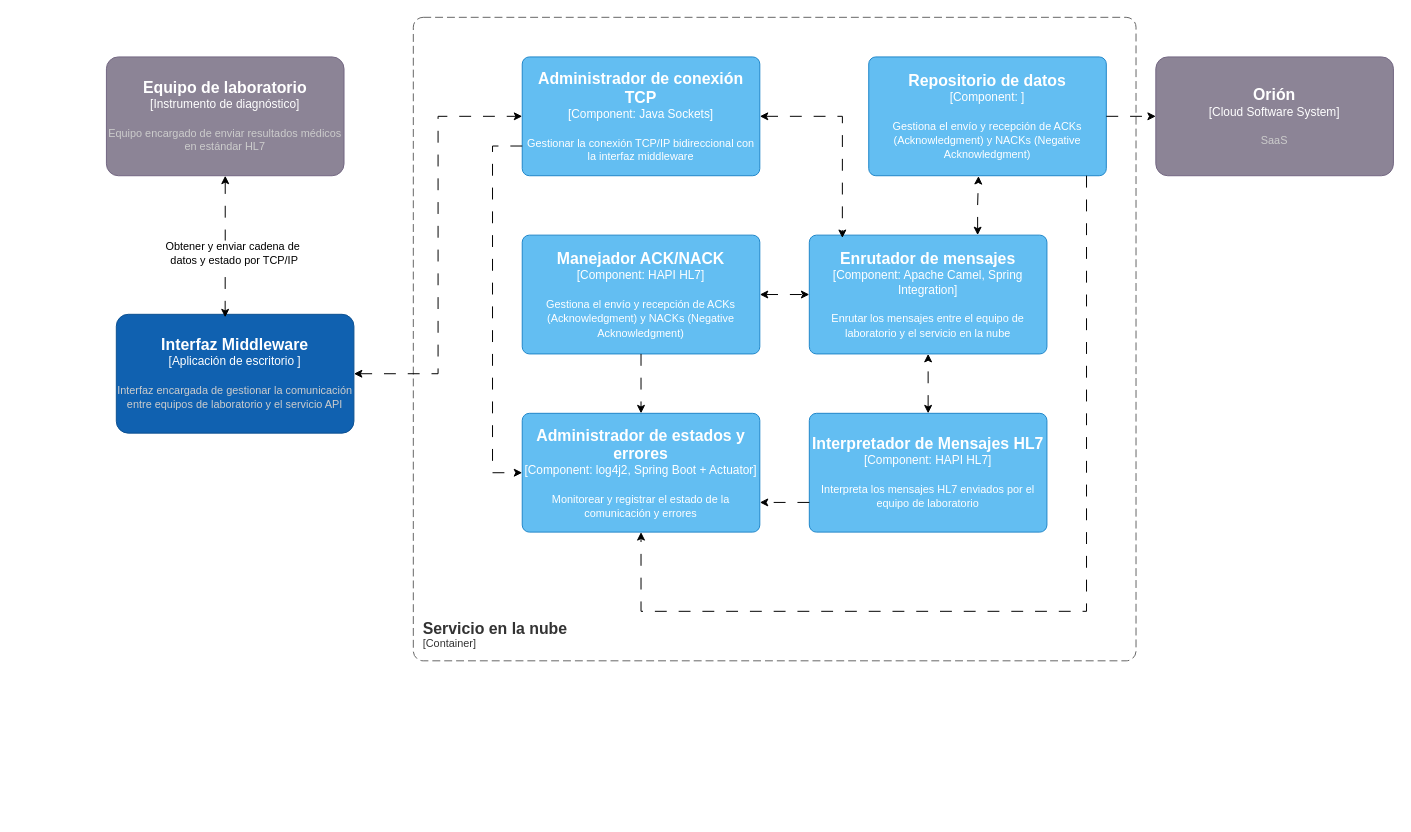
Earlier version of the draw.io diagram page "Componente-PROCESADOR" (4 of 4) of Diagramas/TIC.drawio (GiulianAlbuja/TIC). Source tidied: cells renumbered, new cells numbered last; positions are measured from the earlier drawing's top-left corner, leaving out a move shared by most shapes. Both pictures are drawn from the tidied source at 99%, with x=0, y=0 at pixel (106, 17).
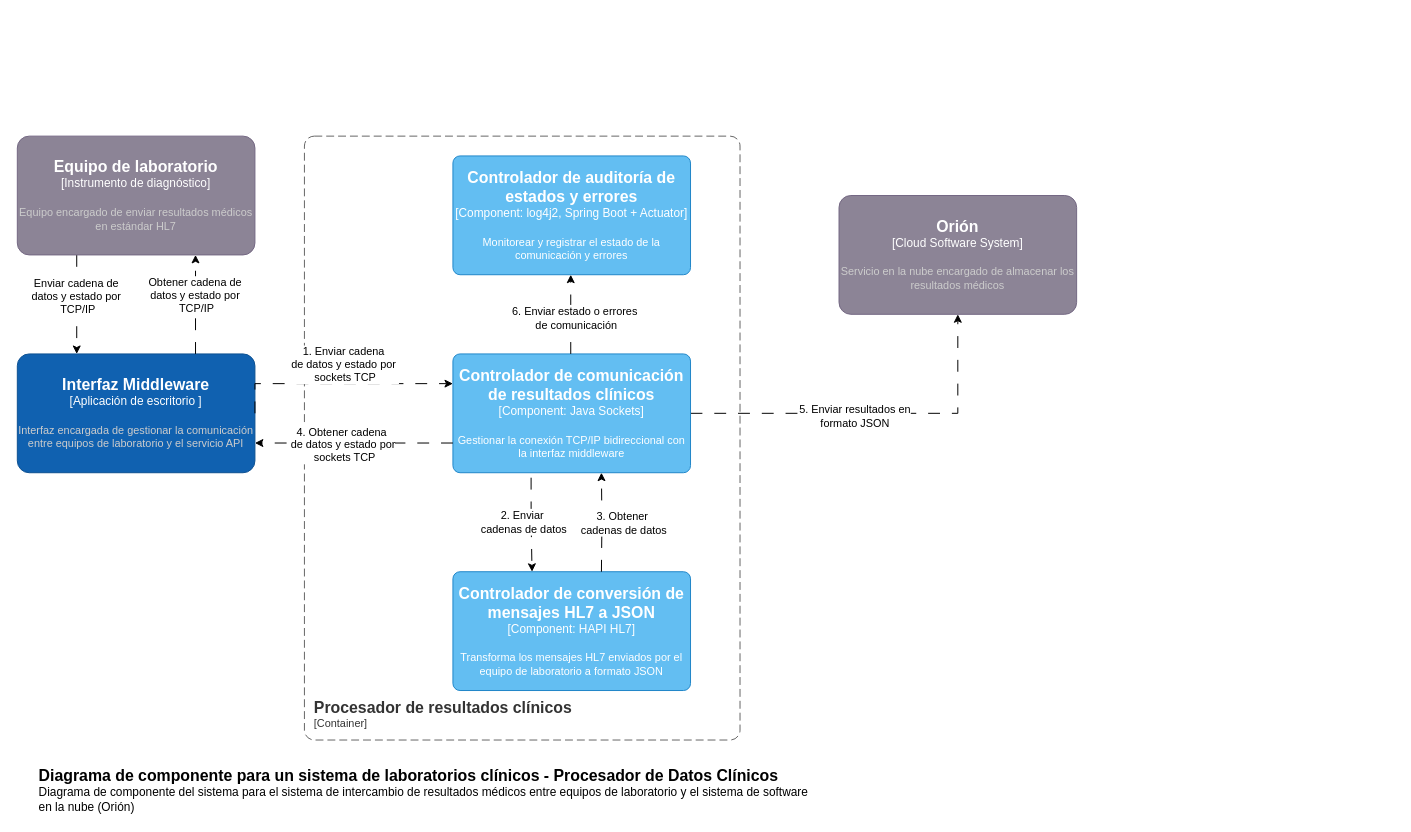
After the change.

Commit message (it also covers changes not shown here):
Se actualizo diagramas a una version final para discutir con el cliente

Change to the diagram source:
```diff
@@
     <object id="2" label="&lt;font style=&quot;font-size: 16px&quot;&gt;&lt;b&gt;%c4Name%&lt;/b&gt;&lt;/font&gt;&lt;div&gt;[%c4Type%]&lt;/div&gt;&lt;br&gt;&lt;div&gt;&lt;font style=&quot;font-size: 11px&quot;&gt;&lt;font color=&quot;#cccccc&quot;&gt;%c4Description%&lt;/font&gt;&lt;/div&gt;" c4Description="Interfaz encargada de gestionar la comunicación entre equipos de laboratorio y el servicio API" c4Name="Interfaz Middleware" c4Type="Aplicación de escritorio " placeholders="1">
       <mxCell style="rounded=1;whiteSpace=wrap;html=1;labelBackgroundColor=none;fillColor=#1061B0;fontColor=#ffffff;align=center;arcSize=10;strokeColor=#0D5091;points=[[0.25,0,0],[0.5,0,0],[0.75,0,0],[1,0.25,0],[1,0.5,0],[1,0.75,0],[0.75,1,0],[0.5,1,0],[0.25,1,0],[0,0.75,0],[0,0.5,0],[0,0.25,0]];" parent="1" vertex="1">
-        <mxGeometry x="10" y="300" width="240" height="120" as="geometry" />
+        <mxGeometry x="-90" y="340" width="240" height="120" as="geometry" />
       </mxCell>
     </object>
-    <mxCell id="3" style="edgeStyle=orthogonalEdgeStyle;rounded=0;jettySize=auto;html=1;entryX=0.458;entryY=0.025;entryDx=0;entryDy=0;entryPerimeter=0;startArrow=classic;startFill=1;dashed=1;dashPattern=12 12;" parent="1" edge="1" source="5" target="2">
+    <mxCell id="3" style="edgeStyle=orthogonalEdgeStyle;rounded=0;jettySize=auto;html=1;entryX=0.25;entryY=0;entryDx=0;entryDy=0;entryPerimeter=0;startArrow=none;startFill=0;dashed=1;dashPattern=12 12;exitX=0.25;exitY=1;exitDx=0;exitDy=0;exitPerimeter=0;" parent="1" edge="1" source="5" target="2">
       <mxGeometry relative="1" as="geometry" />
     </mxCell>
-    <mxCell id="4" value="Obtener y enviar cadena de&amp;nbsp;&lt;div&gt;datos y estado por TCP/IP&lt;/div&gt;" style="edgeLabel;html=1;align=center;verticalAlign=middle;" parent="3" vertex="1">
+    <mxCell id="4" value="Enviar cadena de&amp;nbsp;&lt;div&gt;datos y estado por&amp;nbsp;&lt;/div&gt;&lt;div&gt;TCP/IP&lt;/div&gt;" style="edgeLabel;html=1;align=center;verticalAlign=middle;" parent="3" vertex="1">
       <mxGeometry x="-0.25" y="-1" relative="1" as="geometry">
-        <mxPoint x="9" y="24" as="offset" />
+        <mxPoint x="1" y="3" as="offset" />
       </mxGeometry>
     </mxCell>
     <object id="5" label="&lt;font style=&quot;font-size: 16px&quot;&gt;&lt;b&gt;%c4Name%&lt;/b&gt;&lt;/font&gt;&lt;div&gt;[%c4Type%]&lt;/div&gt;&lt;br&gt;&lt;div&gt;&lt;font style=&quot;font-size: 11px&quot;&gt;&lt;font color=&quot;#cccccc&quot;&gt;%c4Description%&lt;/font&gt;&lt;/div&gt;" c4Description="Equipo encargado de enviar resultados médicos en estándar HL7" c4Name="Equipo de laboratorio" c4Type="Instrumento de diagnóstico" placeholders="1">
       <mxCell style="rounded=1;whiteSpace=wrap;html=1;labelBackgroundColor=none;fillColor=#8C8496;fontColor=#ffffff;align=center;arcSize=10;strokeColor=#736782;points=[[0.25,0,0],[0.5,0,0],[0.75,0,0],[1,0.25,0],[1,0.5,0],[1,0.75,0],[0.75,1,0],[0.5,1,0],[0.25,1,0],[0,0.75,0],[0,0.5,0],[0,0.25,0]];" parent="1" vertex="1">
-        <mxGeometry y="40" width="240" height="120" as="geometry" />
+        <mxGeometry x="-90" y="120" width="240" height="120" as="geometry" />
       </mxCell>
     </object>
-    <object id="6" label="&lt;font style=&quot;font-size: 16px&quot;&gt;&lt;b&gt;%c4Name%&lt;/b&gt;&lt;/font&gt;&lt;div&gt;[%c4Type%]&lt;/div&gt;&lt;br&gt;&lt;div&gt;&lt;font style=&quot;font-size: 11px&quot;&gt;&lt;font color=&quot;#cccccc&quot;&gt;%c4Description%&lt;/font&gt;&lt;/div&gt;" c4Description="SaaS" c4Name="Orión" c4Type="Cloud Software System" placeholders="1">
+    <object id="6" label="&lt;font style=&quot;font-size: 16px&quot;&gt;&lt;b&gt;%c4Name%&lt;/b&gt;&lt;/font&gt;&lt;div&gt;[%c4Type%]&lt;/div&gt;&lt;br&gt;&lt;div&gt;&lt;font style=&quot;font-size: 11px&quot;&gt;&lt;font color=&quot;#cccccc&quot;&gt;%c4Description%&lt;/font&gt;&lt;/div&gt;" c4Description="Servicio en la nube encargado de almacenar los resultados médicos" c4Name="Orión" c4Type="Cloud Software System" placeholders="1">
       <mxCell style="rounded=1;whiteSpace=wrap;html=1;labelBackgroundColor=none;fillColor=#8C8496;fontColor=#ffffff;align=center;arcSize=10;strokeColor=#736782;points=[[0.25,0,0],[0.5,0,0],[0.75,0,0],[1,0.25,0],[1,0.5,0],[1,0.75,0],[0.75,1,0],[0.5,1,0],[0.25,1,0],[0,0.75,0],[0,0.5,0],[0,0.25,0]];" parent="1" vertex="1">
-        <mxGeometry x="1060" y="40" width="240" height="120" as="geometry" />
+        <mxGeometry x="740" y="180" width="240" height="120" as="geometry" />
       </mxCell>
     </object>
-    <object id="7" label="&lt;font style=&quot;font-size: 16px&quot;&gt;&lt;b&gt;&lt;div style=&quot;text-align: left&quot;&gt;%c4Name%&lt;/div&gt;&lt;/b&gt;&lt;/font&gt;&lt;div style=&quot;text-align: left&quot;&gt;[%c4Application%]&lt;/div&gt;" c4Application="Container" c4Name="Servicio en la nube" placeholders="1">
+    <object id="7" label="&lt;font style=&quot;font-size: 16px&quot;&gt;&lt;b&gt;&lt;div style=&quot;text-align: left&quot;&gt;%c4Name%&lt;/div&gt;&lt;/b&gt;&lt;/font&gt;&lt;div style=&quot;text-align: left&quot;&gt;[%c4Application%]&lt;/div&gt;" c4Application="Container" c4Name="Procesador de resultados clínicos" placeholders="1">
       <mxCell style="rounded=1;fontSize=11;whiteSpace=wrap;html=1;dashed=1;arcSize=20;fillColor=none;strokeColor=#666666;fontColor=#333333;labelBackgroundColor=none;align=left;verticalAlign=bottom;labelBorderColor=none;spacingTop=0;spacing=10;dashPattern=8 4;perimeter=rectanglePerimeter;noLabel=0;labelPadding=0;absoluteArcSize=1;" parent="1" vertex="1">
-        <mxGeometry x="310" width="730" height="650" as="geometry" />
+        <mxGeometry x="200" y="120" width="440" height="610" as="geometry" />
       </mxCell>
     </object>
+    <mxCell id="24" style="edgeStyle=orthogonalEdgeStyle;rounded=0;jettySize=auto;html=1;dashed=1;dashPattern=12 12;" parent="1" edge="1" source="8" target="6">
+      <mxGeometry relative="1" as="geometry" />
+    </mxCell>
+    <mxCell id="25" value="5. Enviar resultados en&lt;div&gt;formato JSON&lt;/div&gt;" style="edgeLabel;html=1;align=center;verticalAlign=middle;" parent="24" vertex="1">
+      <mxGeometry x="-0.11" y="-2" relative="1" as="geometry" />
+    </mxCell>
-    <object id="8" label="&lt;font style=&quot;font-size: 16px&quot;&gt;&lt;b&gt;%c4Name%&lt;/b&gt;&lt;/font&gt;&lt;div&gt;[%c4Type%: %c4Technology%]&lt;/div&gt;&lt;br&gt;&lt;div&gt;&lt;font style=&quot;font-size: 11px&quot;&gt;%c4Description%&lt;/font&gt;&lt;/div&gt;" c4Description="Gestionar la conexión TCP/IP bidireccional con la interfaz middleware" c4Name="Administrador de conexión TCP" c4Technology="Java Sockets" c4Type="Component" placeholders="1">
+    <object id="8" label="&lt;font style=&quot;font-size: 16px&quot;&gt;&lt;b&gt;%c4Name%&lt;/b&gt;&lt;/font&gt;&lt;div&gt;[%c4Type%: %c4Technology%]&lt;/div&gt;&lt;br&gt;&lt;div&gt;&lt;font style=&quot;font-size: 11px&quot;&gt;%c4Description%&lt;/font&gt;&lt;/div&gt;" c4Description="Gestionar la conexión TCP/IP bidireccional con la interfaz middleware" c4Name="Controlador de comunicación de resultados clínicos" c4Technology="Java Sockets" c4Type="Component" placeholders="1">
       <mxCell style="rounded=1;whiteSpace=wrap;html=1;labelBackgroundColor=none;fillColor=#63BEF2;fontColor=#ffffff;align=center;arcSize=6;strokeColor=#2086C9;points=[[0.25,0,0],[0.5,0,0],[0.75,0,0],[1,0.25,0],[1,0.5,0],[1,0.75,0],[0.75,1,0],[0.5,1,0],[0.25,1,0],[0,0.75,0],[0,0.5,0],[0,0.25,0]];" parent="1" vertex="1">
-        <mxGeometry x="420" y="40" width="240" height="120" as="geometry" />
+        <mxGeometry x="350" y="340" width="240" height="120" as="geometry" />
       </mxCell>
     </object>
-    <object id="9" label="&lt;font style=&quot;font-size: 16px&quot;&gt;&lt;b&gt;%c4Name%&lt;/b&gt;&lt;/font&gt;&lt;div&gt;[%c4Type%: %c4Technology%]&lt;/div&gt;&lt;br&gt;&lt;div&gt;&lt;font style=&quot;font-size: 11px&quot;&gt;%c4Description%&lt;/font&gt;&lt;/div&gt;" c4Description="Interpreta los mensajes HL7 enviados por el equipo de laboratorio" c4Name="Interpretador de Mensajes HL7" c4Technology="HAPI HL7" c4Type="Component" placeholders="1">
+    <object id="9" label="&lt;font style=&quot;font-size: 16px&quot;&gt;&lt;b&gt;%c4Name%&lt;/b&gt;&lt;/font&gt;&lt;div&gt;[%c4Type%: %c4Technology%]&lt;/div&gt;&lt;br&gt;&lt;div&gt;&lt;font style=&quot;font-size: 11px&quot;&gt;%c4Description%&lt;/font&gt;&lt;/div&gt;" c4Description="Transforma los mensajes HL7 enviados por el equipo de laboratorio a formato JSON" c4Name="Controlador de conversión de mensajes HL7 a JSON" c4Technology="HAPI HL7" c4Type="Component" placeholders="1">
       <mxCell style="rounded=1;whiteSpace=wrap;html=1;labelBackgroundColor=none;fillColor=#63BEF2;fontColor=#ffffff;align=center;arcSize=6;strokeColor=#2086C9;points=[[0.25,0,0],[0.5,0,0],[0.75,0,0],[1,0.25,0],[1,0.5,0],[1,0.75,0],[0.75,1,0],[0.5,1,0],[0.25,1,0],[0,0.75,0],[0,0.5,0],[0,0.25,0]];" parent="1" vertex="1">
-        <mxGeometry x="710" y="400" width="240" height="120" as="geometry" />
+        <mxGeometry x="350" y="560" width="240" height="120" as="geometry" />
       </mxCell>
     </object>
-    <object id="10" label="&lt;font style=&quot;font-size: 16px&quot;&gt;&lt;b&gt;%c4Name%&lt;/b&gt;&lt;/font&gt;&lt;div&gt;[%c4Type%: %c4Technology%]&lt;/div&gt;&lt;br&gt;&lt;div&gt;&lt;font style=&quot;font-size: 11px&quot;&gt;%c4Description%&lt;/font&gt;&lt;/div&gt;" c4Description="Gestiona el envío y recepción de ACKs (Acknowledgment) y NACKs (Negative Acknowledgment)" c4Name="Manejador ACK/NACK" c4Technology="HAPI HL7" c4Type="Component" placeholders="1">
-      <mxCell style="rounded=1;whiteSpace=wrap;html=1;labelBackgroundColor=none;fillColor=#63BEF2;fontColor=#ffffff;align=center;arcSize=6;strokeColor=#2086C9;points=[[0.25,0,0],[0.5,0,0],[0.75,0,0],[1,0.25,0],[1,0.5,0],[1,0.75,0],[0.75,1,0],[0.5,1,0],[0.25,1,0],[0,0.75,0],[0,0.5,0],[0,0.25,0]];" parent="1" vertex="1">
-        <mxGeometry x="420" y="220" width="240" height="120" as="geometry" />
-      </mxCell>
-    </object>
-    <object id="11" label="&lt;font style=&quot;font-size: 16px&quot;&gt;&lt;b&gt;%c4Name%&lt;/b&gt;&lt;/font&gt;&lt;div&gt;[%c4Type%: %c4Technology%]&lt;/div&gt;&lt;br&gt;&lt;div&gt;&lt;font style=&quot;font-size: 11px&quot;&gt;%c4Description%&lt;/font&gt;&lt;/div&gt;" c4Description="Monitorear y registrar el estado de la comunicación y errores" c4Name="Administrador de estados y errores" c4Technology="log4j2, Spring Boot + Actuator" c4Type="Component" placeholders="1">
+    <object id="11" label="&lt;font style=&quot;font-size: 16px&quot;&gt;&lt;b&gt;%c4Name%&lt;/b&gt;&lt;/font&gt;&lt;div&gt;[%c4Type%: %c4Technology%]&lt;/div&gt;&lt;br&gt;&lt;div&gt;&lt;font style=&quot;font-size: 11px&quot;&gt;%c4Description%&lt;/font&gt;&lt;/div&gt;" c4Description="Monitorear y registrar el estado de la comunicación y errores" c4Name="Controlador de auditoría de estados y errores" c4Technology="log4j2, Spring Boot + Actuator" c4Type="Component" placeholders="1">
       <mxCell style="rounded=1;whiteSpace=wrap;html=1;labelBackgroundColor=none;fillColor=#63BEF2;fontColor=#ffffff;align=center;arcSize=6;strokeColor=#2086C9;points=[[0.25,0,0],[0.5,0,0],[0.75,0,0],[1,0.25,0],[1,0.5,0],[1,0.75,0],[0.75,1,0],[0.5,1,0],[0.25,1,0],[0,0.75,0],[0,0.5,0],[0,0.25,0]];" parent="1" vertex="1">
-        <mxGeometry x="420" y="400" width="240" height="120" as="geometry" />
+        <mxGeometry x="350" y="140" width="240" height="120" as="geometry" />
       </mxCell>
     </object>
-    <object id="12" label="&lt;font style=&quot;font-size: 16px&quot;&gt;&lt;b&gt;%c4Name%&lt;/b&gt;&lt;/font&gt;&lt;div&gt;[%c4Type%: %c4Technology%]&lt;/div&gt;&lt;br&gt;&lt;div&gt;&lt;font style=&quot;font-size: 11px&quot;&gt;%c4Description%&lt;/font&gt;&lt;/div&gt;" c4Description="Enrutar los mensajes entre el equipo de laboratorio y el servicio en la nube" c4Name="Enrutador de mensajes" c4Technology="Apache Camel, Spring Integration" c4Type="Component" placeholders="1">
-      <mxCell style="rounded=1;whiteSpace=wrap;html=1;labelBackgroundColor=none;fillColor=#63BEF2;fontColor=#ffffff;align=center;arcSize=6;strokeColor=#2086C9;points=[[0.25,0,0],[0.5,0,0],[0.75,0,0],[1,0.25,0],[1,0.5,0],[1,0.75,0],[0.75,1,0],[0.5,1,0],[0.25,1,0],[0,0.75,0],[0,0.5,0],[0,0.25,0]];" parent="1" vertex="1">
-        <mxGeometry x="710" y="220" width="240" height="120" as="geometry" />
-      </mxCell>
-    </object>
-    <mxCell id="13" style="edgeStyle=orthogonalEdgeStyle;rounded=0;jettySize=auto;html=1;entryX=0;entryY=0.5;entryDx=0;entryDy=0;entryPerimeter=0;dashed=1;dashPattern=12 12;startArrow=classic;startFill=1;" parent="1" edge="1" source="2" target="8">
-      <mxGeometry relative="1" as="geometry" />
-    </mxCell>
-    <object id="14" label="&lt;font style=&quot;font-size: 16px&quot;&gt;&lt;b&gt;%c4Name%&lt;/b&gt;&lt;/font&gt;&lt;div&gt;[%c4Type%: %c4Technology%]&lt;/div&gt;&lt;br&gt;&lt;div&gt;&lt;font style=&quot;font-size: 11px&quot;&gt;%c4Description%&lt;/font&gt;&lt;/div&gt;" c4Description="Gestiona el envío y recepción de ACKs (Acknowledgment) y NACKs (Negative Acknowledgment)" c4Name="Repositorio de datos" c4Technology="" c4Type="Component" placeholders="1">
-      <mxCell style="rounded=1;whiteSpace=wrap;html=1;labelBackgroundColor=none;fillColor=#63BEF2;fontColor=#ffffff;align=center;arcSize=6;strokeColor=#2086C9;points=[[0.25,0,0],[0.5,0,0],[0.75,0,0],[1,0.25,0],[1,0.5,0],[1,0.75,0],[0.75,1,0],[0.5,1,0],[0.25,1,0],[0,0.75,0],[0,0.5,0],[0,0.25,0]];" parent="1" vertex="1">
-        <mxGeometry x="770" y="40" width="240" height="120" as="geometry" />
-      </mxCell>
-    </object>
-    <mxCell id="15" style="edgeStyle=orthogonalEdgeStyle;rounded=0;jettySize=auto;html=1;entryX=0.5;entryY=1;entryDx=0;entryDy=0;entryPerimeter=0;dashed=1;dashPattern=12 12;" parent="1" edge="1" source="14" target="11">
-      <mxGeometry relative="1" as="geometry">
-        <Array as="points">
-          <mxPoint x="990" y="600" />
-          <mxPoint x="540" y="600" />
-        </Array>
-      </mxGeometry>
-    </mxCell>
-    <mxCell id="16" style="edgeStyle=orthogonalEdgeStyle;rounded=0;jettySize=auto;html=1;entryX=0;entryY=0.5;entryDx=0;entryDy=0;entryPerimeter=0;dashed=1;dashPattern=12 12;" parent="1" edge="1" source="14" target="6">
-      <mxGeometry relative="1" as="geometry" />
-    </mxCell>
-    <mxCell id="17" style="edgeStyle=orthogonalEdgeStyle;rounded=0;jettySize=auto;html=1;entryX=0;entryY=0.5;entryDx=0;entryDy=0;entryPerimeter=0;exitX=0;exitY=0.75;exitDx=0;exitDy=0;exitPerimeter=0;dashed=1;dashPattern=12 12;" parent="1" edge="1" source="8" target="11">
-      <mxGeometry relative="1" as="geometry">
-        <Array as="points">
-          <mxPoint x="390" y="130" />
-          <mxPoint x="390" y="460" />
-        </Array>
-      </mxGeometry>
-    </mxCell>
-    <mxCell id="18" style="edgeStyle=orthogonalEdgeStyle;rounded=0;jettySize=auto;html=1;entryX=1;entryY=0.75;entryDx=0;entryDy=0;entryPerimeter=0;exitX=0;exitY=0.75;exitDx=0;exitDy=0;exitPerimeter=0;dashed=1;dashPattern=12 12;" parent="1" edge="1" source="9" target="11">
-      <mxGeometry relative="1" as="geometry" />
-    </mxCell>
-    <mxCell id="19" style="edgeStyle=orthogonalEdgeStyle;rounded=0;jettySize=auto;html=1;entryX=0.5;entryY=0;entryDx=0;entryDy=0;entryPerimeter=0;dashed=1;dashPattern=12 12;" parent="1" edge="1" source="10" target="11">
-      <mxGeometry relative="1" as="geometry" />
-    </mxCell>
-    <mxCell id="20" style="edgeStyle=orthogonalEdgeStyle;rounded=0;jettySize=auto;html=1;entryX=0.139;entryY=0.024;entryDx=0;entryDy=0;entryPerimeter=0;dashed=1;dashPattern=12 12;startArrow=classic;startFill=1;" parent="1" edge="1" source="8" target="12">
-      <mxGeometry relative="1" as="geometry" />
-    </mxCell>
-    <mxCell id="21" style="edgeStyle=orthogonalEdgeStyle;rounded=0;jettySize=auto;html=1;entryX=0;entryY=0.5;entryDx=0;entryDy=0;entryPerimeter=0;dashed=1;dashPattern=12 12;startArrow=classic;startFill=1;" parent="1" edge="1" source="10" target="12">
-      <mxGeometry relative="1" as="geometry" />
-    </mxCell>
-    <mxCell id="22" style="edgeStyle=orthogonalEdgeStyle;rounded=0;jettySize=auto;html=1;entryX=0.5;entryY=1;entryDx=0;entryDy=0;entryPerimeter=0;dashed=1;dashPattern=12 12;startArrow=classic;startFill=1;" parent="1" edge="1" source="9" target="12">
-      <mxGeometry relative="1" as="geometry" />
-    </mxCell>
-    <mxCell id="23" style="edgeStyle=orthogonalEdgeStyle;rounded=0;jettySize=auto;html=1;entryX=0.462;entryY=1.003;entryDx=0;entryDy=0;entryPerimeter=0;dashed=1;dashPattern=12 12;startArrow=classic;startFill=1;" parent="1" edge="1" source="12" target="14">
-      <mxGeometry relative="1" as="geometry">
-        <Array as="points">
-          <mxPoint x="880" y="190" />
-          <mxPoint x="881" y="190" />
-        </Array>
-      </mxGeometry>
-    </mxCell>
+    <mxCell id="26" style="edgeStyle=orthogonalEdgeStyle;rounded=0;jettySize=auto;html=1;dashed=1;dashPattern=12 12;startArrow=none;startFill=0;exitX=1;exitY=0.5;exitDx=0;exitDy=0;exitPerimeter=0;" parent="1" edge="1" source="2">
+      <mxGeometry relative="1" as="geometry">
+        <mxPoint x="350" y="370" as="targetPoint" />
+        <Array as="points">
+          <mxPoint x="150" y="370" />
+          <mxPoint x="350" y="370" />
+        </Array>
+      </mxGeometry>
+    </mxCell>
+    <mxCell id="27" value="1. Enviar cadena&amp;nbsp;&lt;div&gt;de datos y estado por&amp;nbsp;&lt;/div&gt;&lt;div&gt;sockets TCP&lt;/div&gt;" style="edgeLabel;html=1;align=center;verticalAlign=middle;" parent="26" vertex="1">
+      <mxGeometry x="0.07" y="-1" relative="1" as="geometry">
+        <mxPoint x="-3" y="-21" as="offset" />
+      </mxGeometry>
+    </mxCell>
+    <mxCell id="28" style="edgeStyle=orthogonalEdgeStyle;rounded=0;jettySize=auto;html=1;entryX=0.333;entryY=0;entryDx=0;entryDy=0;entryPerimeter=0;startArrow=none;startFill=0;dashed=1;dashPattern=12 12;exitX=0.329;exitY=1.042;exitDx=0;exitDy=0;exitPerimeter=0;" parent="1" edge="1" source="8" target="9">
+      <mxGeometry relative="1" as="geometry" />
+    </mxCell>
+    <mxCell id="29" value="2. Enviar&lt;div&gt;&amp;nbsp;cadenas de datos&lt;/div&gt;" style="edgeLabel;html=1;align=center;verticalAlign=middle;" parent="28" vertex="1">
+      <mxGeometry x="-0.22" y="-1" relative="1" as="geometry">
+        <mxPoint x="-8" y="7" as="offset" />
+      </mxGeometry>
+    </mxCell>
+    <object id="30" label="&lt;font style=&quot;font-size: 16px&quot;&gt;&lt;b&gt;&lt;div style=&quot;text-align: left&quot;&gt;%c4Name%&lt;/div&gt;&lt;/b&gt;&lt;/font&gt;&lt;div style=&quot;text-align: left&quot;&gt;%c4Description%&lt;/div&gt;" c4Description="Diagrama de componente del sistema para el sistema de intercambio de resultados médicos entre equipos de laboratorio y el sistema de software en la nube (Orión)" c4Name="Diagrama de componente para un sistema de laboratorios clínicos - Procesador de Datos Clínicos" placeholders="1">
+      <mxCell style="text;html=1;strokeColor=none;fillColor=none;align=left;verticalAlign=top;whiteSpace=wrap;rounded=0;" parent="1" vertex="1">
+        <mxGeometry x="-70" y="750" width="780" height="40" as="geometry" />
+      </mxCell>
+    </object>
+    <mxCell id="31" style="edgeStyle=orthogonalEdgeStyle;rounded=0;orthogonalLoop=1;jettySize=auto;html=1;entryX=0.5;entryY=1;entryDx=0;entryDy=0;entryPerimeter=0;dashed=1;dashPattern=12 12;" parent="1" edge="1">
+      <mxGeometry relative="1" as="geometry">
+        <mxPoint x="469" y="340" as="sourcePoint" />
+        <mxPoint x="469" y="260" as="targetPoint" />
+      </mxGeometry>
+    </mxCell>
+    <mxCell id="32" value="6. Enviar estado o errores&lt;div&gt;&amp;nbsp;de comunicación&lt;/div&gt;" style="edgeLabel;html=1;align=center;verticalAlign=middle;" parent="31" vertex="1">
+      <mxGeometry x="-0.07" y="-3" relative="1" as="geometry" />
+    </mxCell>
+    <mxCell id="33" style="edgeStyle=orthogonalEdgeStyle;rounded=0;jettySize=auto;html=1;entryX=1;entryY=0.75;entryDx=0;entryDy=0;entryPerimeter=0;dashed=1;dashPattern=12 12;exitX=0;exitY=0.75;exitDx=0;exitDy=0;exitPerimeter=0;" parent="1" edge="1" source="8" target="2">
+      <mxGeometry relative="1" as="geometry" />
+    </mxCell>
+    <mxCell id="34" value="4. Obtener cadena&amp;nbsp;&lt;div&gt;de datos y estado por&lt;/div&gt;&lt;div&gt;&amp;nbsp;sockets TCP&lt;/div&gt;" style="edgeLabel;html=1;align=center;verticalAlign=middle;" parent="33" vertex="1">
+      <mxGeometry x="0.12" y="1" relative="1" as="geometry" />
+    </mxCell>
+    <mxCell id="35" style="edgeStyle=orthogonalEdgeStyle;rounded=0;jettySize=auto;html=1;entryX=0.625;entryY=1;entryDx=0;entryDy=0;entryPerimeter=0;dashed=1;dashPattern=12 12;" parent="1" edge="1" target="8">
+      <mxGeometry relative="1" as="geometry">
+        <mxPoint x="500" y="560" as="sourcePoint" />
+      </mxGeometry>
+    </mxCell>
+    <mxCell id="36" value="3. Obtener&lt;div&gt;&amp;nbsp;cadenas de datos&lt;/div&gt;" style="edgeLabel;html=1;align=center;verticalAlign=middle;" parent="35" vertex="1">
+      <mxGeometry x="-0.34" y="-1" relative="1" as="geometry">
+        <mxPoint x="19" y="-17" as="offset" />
+      </mxGeometry>
+    </mxCell>
+    <mxCell id="37" style="edgeStyle=orthogonalEdgeStyle;rounded=0;jettySize=auto;html=1;exitX=0.75;exitY=0;exitDx=0;exitDy=0;exitPerimeter=0;entryX=0.75;entryY=1;entryDx=0;entryDy=0;entryPerimeter=0;dashed=1;dashPattern=12 12;" parent="1" edge="1" source="2" target="5">
+      <mxGeometry relative="1" as="geometry" />
+    </mxCell>
+    <mxCell id="38" value="Obtener cadena de&amp;nbsp;&lt;div&gt;datos y estado por&amp;nbsp;&lt;/div&gt;&lt;div&gt;TCP/IP&lt;/div&gt;" style="edgeLabel;html=1;align=center;verticalAlign=middle;" parent="37" vertex="1">
+      <mxGeometry x="-0.04" relative="1" as="geometry">
+        <mxPoint y="-12" as="offset" />
+      </mxGeometry>
+    </mxCell>
```
